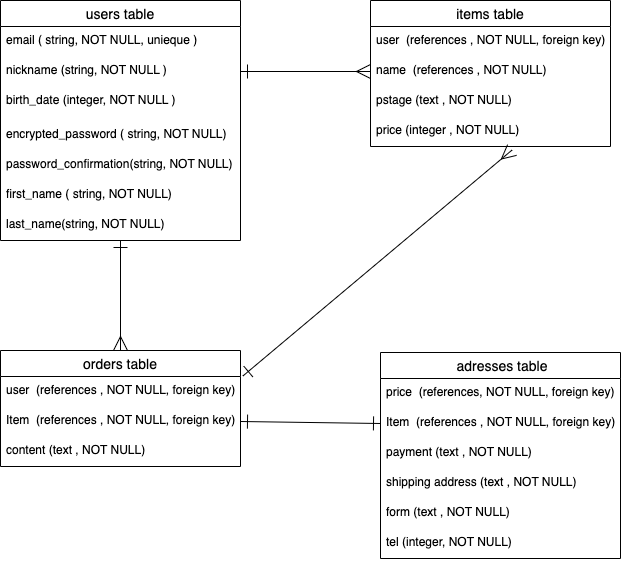
The draw.io diagram app/views/orders/furima.ER..drawio.png in Jyoumama/furima-40508, before a commit. Source tidied: cells renumbered, new cells last; positions are measured from the earlier drawing's top-left corner, leaving out a move shared by most shapes.
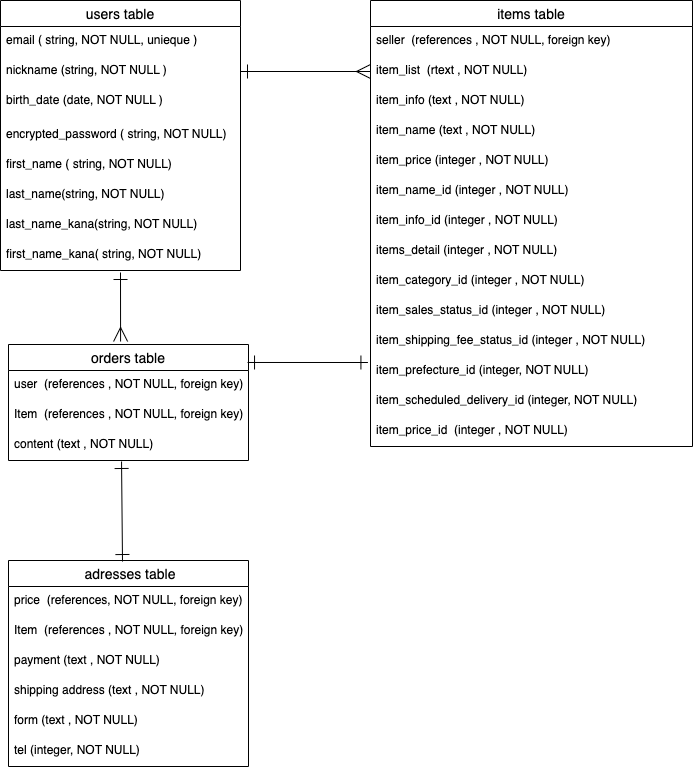
After the change.

Commit message:
READMEとER図の再修正

What changed in the source:
```diff
@@ -3,7 +3,7 @@
     <mxCell id="0" />
     <mxCell id="1" parent="0" />
     <mxCell id="2" value="users table" style="swimlane;fontStyle=0;horizontal=1;startSize=26;align=center;fontSize=14;" parent="1" vertex="1">
-      <mxGeometry width="240" height="240" as="geometry" />
+      <mxGeometry width="240" height="270" as="geometry" />
     </mxCell>
     <mxCell id="3" value="email ( string, NOT NULL, unieque )" style="text;strokeColor=none;fillColor=none;spacingLeft=4;spacingRight=4;overflow=hidden;fontSize=12;" parent="2" vertex="1">
       <mxGeometry y="26" width="240" height="30" as="geometry" />
@@ -11,43 +11,76 @@
     <mxCell id="4" value="nickname (string, NOT NULL )" style="text;strokeColor=none;fillColor=none;spacingLeft=4;spacingRight=4;overflow=hidden;points=[[0,0.5],[1,0.5]];portConstraint=eastwest;fontSize=12;" parent="2" vertex="1">
       <mxGeometry y="56" width="240" height="30" as="geometry" />
     </mxCell>
-    <mxCell id="5" value="birth_date (integer, NOT NULL )" style="text;strokeColor=none;fillColor=none;spacingLeft=4;spacingRight=4;overflow=hidden;fontSize=12;" parent="2" vertex="1">
+    <mxCell id="5" value="birth_date (date, NOT NULL )" style="text;strokeColor=none;fillColor=none;spacingLeft=4;spacingRight=4;overflow=hidden;fontSize=12;" parent="2" vertex="1">
       <mxGeometry y="86" width="240" height="34" as="geometry" />
     </mxCell>
     <mxCell id="6" value="encrypted_password ( string, NOT NULL)" style="text;strokeColor=none;fillColor=none;spacingLeft=4;spacingRight=4;overflow=hidden;fontSize=12;" parent="2" vertex="1">
       <mxGeometry y="120" width="240" height="30" as="geometry" />
     </mxCell>
-    <mxCell id="7" value="password_confirmation(string, NOT NULL)" style="text;strokeColor=none;fillColor=none;spacingLeft=4;spacingRight=4;overflow=hidden;fontSize=12;" parent="2" vertex="1">
-      <mxGeometry y="150" width="240" height="30" as="geometry" />
-    </mxCell>
     <mxCell id="8" value="first_name ( string, NOT NULL)" style="text;strokeColor=none;fillColor=none;spacingLeft=4;spacingRight=4;overflow=hidden;fontSize=12;" parent="2" vertex="1">
-      <mxGeometry y="180" width="240" height="30" as="geometry" />
+      <mxGeometry y="150" width="240" height="30" as="geometry" />
     </mxCell>
     <mxCell id="9" value="last_name(string, NOT NULL)" style="text;strokeColor=none;fillColor=none;spacingLeft=4;spacingRight=4;overflow=hidden;fontSize=12;" parent="2" vertex="1">
-      <mxGeometry y="210" width="240" height="30" as="geometry" />
+      <mxGeometry y="180" width="240" height="30" as="geometry" />
     </mxCell>
+    <mxCell id="30" value="last_name_kana(string, NOT NULL)" style="text;strokeColor=none;fillColor=none;spacingLeft=4;spacingRight=4;overflow=hidden;fontSize=12;" parent="2" vertex="1">
+      <mxGeometry y="210" width="240" height="30" as="geometry" />
+    </mxCell>
+    <mxCell id="31" value="first_name_kana( string, NOT NULL)" style="text;strokeColor=none;fillColor=none;spacingLeft=4;spacingRight=4;overflow=hidden;fontSize=12;" parent="2" vertex="1">
+      <mxGeometry y="240" width="240" height="30" as="geometry" />
+    </mxCell>
     <mxCell id="10" value="items table" style="swimlane;fontStyle=0;horizontal=1;startSize=26;align=center;fontSize=14;" parent="1" vertex="1">
-      <mxGeometry x="370" width="240" height="146" as="geometry" />
+      <mxGeometry x="370" width="322" height="446" as="geometry" />
     </mxCell>
-    <mxCell id="11" value="user  (references , NOT NULL, foreign key)" style="text;strokeColor=none;fillColor=none;spacingLeft=4;spacingRight=4;overflow=hidden;fontSize=12;" parent="10" vertex="1">
-      <mxGeometry y="26" width="240" height="30" as="geometry" />
+    <mxCell id="11" value="seller  (references , NOT NULL, foreign key)" style="text;strokeColor=none;fillColor=none;spacingLeft=4;spacingRight=4;overflow=hidden;fontSize=12;" parent="10" vertex="1">
+      <mxGeometry y="26" width="322" height="30" as="geometry" />
     </mxCell>
-    <mxCell id="12" value="name  (references , NOT NULL) " style="text;strokeColor=none;fillColor=none;spacingLeft=4;spacingRight=4;overflow=hidden;points=[[0,0.5],[1,0.5]];portConstraint=eastwest;fontSize=12;" parent="10" vertex="1">
-      <mxGeometry y="56" width="240" height="30" as="geometry" />
+    <mxCell id="12" value="item_list  (rtext , NOT NULL) " style="text;strokeColor=none;fillColor=none;spacingLeft=4;spacingRight=4;overflow=hidden;points=[[0,0.5],[1,0.5]];portConstraint=eastwest;fontSize=12;" parent="10" vertex="1">
+      <mxGeometry y="56" width="322" height="30" as="geometry" />
     </mxCell>
-    <mxCell id="13" value="pstage (text , NOT NULL)" style="text;strokeColor=none;fillColor=none;spacingLeft=4;spacingRight=4;overflow=hidden;fontSize=12;" parent="10" vertex="1">
-      <mxGeometry y="86" width="240" height="30" as="geometry" />
+    <mxCell id="13" value="item_info (text , NOT NULL)" style="text;strokeColor=none;fillColor=none;spacingLeft=4;spacingRight=4;overflow=hidden;fontSize=12;" parent="10" vertex="1">
+      <mxGeometry y="86" width="322" height="30" as="geometry" />
     </mxCell>
+    <mxCell id="32" value="item_name (text , NOT NULL)" style="text;strokeColor=none;fillColor=none;spacingLeft=4;spacingRight=4;overflow=hidden;fontSize=12;" parent="10" vertex="1">
+      <mxGeometry y="116" width="322" height="30" as="geometry" />
+    </mxCell>
+    <mxCell id="33" value="item_price (integer , NOT NULL)" style="text;strokeColor=none;fillColor=none;spacingLeft=4;spacingRight=4;overflow=hidden;fontSize=12;" parent="10" vertex="1">
+      <mxGeometry y="146" width="322" height="30" as="geometry" />
+    </mxCell>
-    <mxCell id="14" value="price (integer , NOT NULL)" style="text;strokeColor=none;fillColor=none;spacingLeft=4;spacingRight=4;overflow=hidden;points=[[0,0.5],[1,0.5]];portConstraint=eastwest;fontSize=12;" parent="10" vertex="1">
-      <mxGeometry y="116" width="240" height="30" as="geometry" />
+    <mxCell id="14" value="item_name_id (integer , NOT NULL)" style="text;strokeColor=none;fillColor=none;spacingLeft=4;spacingRight=4;overflow=hidden;points=[[0,0.5],[1,0.5]];portConstraint=eastwest;fontSize=12;" parent="10" vertex="1">
+      <mxGeometry y="176" width="322" height="30" as="geometry" />
     </mxCell>
+    <mxCell id="34" value="item_info_id (integer , NOT NULL)" style="text;strokeColor=none;fillColor=none;spacingLeft=4;spacingRight=4;overflow=hidden;fontSize=12;" parent="10" vertex="1">
+      <mxGeometry y="206" width="322" height="30" as="geometry" />
+    </mxCell>
+    <mxCell id="35" value="items_detail (integer , NOT NULL)" style="text;strokeColor=none;fillColor=none;spacingLeft=4;spacingRight=4;overflow=hidden;fontSize=12;" parent="10" vertex="1">
+      <mxGeometry y="236" width="322" height="30" as="geometry" />
+    </mxCell>
+    <mxCell id="36" value="item_category_id (integer , NOT NULL)" style="text;strokeColor=none;fillColor=none;spacingLeft=4;spacingRight=4;overflow=hidden;fontSize=12;" parent="10" vertex="1">
+      <mxGeometry y="266" width="322" height="30" as="geometry" />
+    </mxCell>
+    <mxCell id="37" value="item_sales_status_id (integer , NOT NULL)" style="text;strokeColor=none;fillColor=none;spacingLeft=4;spacingRight=4;overflow=hidden;fontSize=12;" parent="10" vertex="1">
+      <mxGeometry y="296" width="322" height="30" as="geometry" />
+    </mxCell>
+    <mxCell id="38" value="item_shipping_fee_status_id (integer , NOT NULL)" style="text;strokeColor=none;fillColor=none;spacingLeft=4;spacingRight=4;overflow=hidden;fontSize=12;" parent="10" vertex="1">
+      <mxGeometry y="326" width="322" height="30" as="geometry" />
+    </mxCell>
+    <mxCell id="39" value="item_prefecture_id (integer, NOT NULL)" style="text;strokeColor=none;fillColor=none;spacingLeft=4;spacingRight=4;overflow=hidden;points=[[0,0.5],[1,0.5]];portConstraint=eastwest;fontSize=12;" parent="10" vertex="1">
+      <mxGeometry y="356" width="322" height="30" as="geometry" />
+    </mxCell>
+    <mxCell id="40" value="item_scheduled_delivery_id (integer, NOT NULL)" style="text;strokeColor=none;fillColor=none;spacingLeft=4;spacingRight=4;overflow=hidden;fontSize=12;" parent="10" vertex="1">
+      <mxGeometry y="386" width="322" height="30" as="geometry" />
+    </mxCell>
+    <mxCell id="41" value="item_price_id  (integer , NOT NULL)" style="text;strokeColor=none;fillColor=none;spacingLeft=4;spacingRight=4;overflow=hidden;fontSize=12;" parent="10" vertex="1">
+      <mxGeometry y="416" width="322" height="30" as="geometry" />
+    </mxCell>
-    <mxCell id="15" style="edgeStyle=none;jumpSize=10;html=1;exitX=0.5;exitY=0;exitDx=0;exitDy=0;startArrow=ERmany;startFill=0;endArrow=ERone;endFill=0;startSize=12;endSize=12;" parent="1" edge="1" source="16">
+    <mxCell id="15" style="edgeStyle=none;jumpSize=10;html=1;startArrow=ERmany;startFill=0;endArrow=ERone;endFill=0;startSize=12;endSize=12;exitX=0.467;exitY=-0.026;exitDx=0;exitDy=0;exitPerimeter=0;" parent="1" edge="1" source="16">
       <mxGeometry relative="1" as="geometry">
-        <mxPoint x="120" y="240" as="targetPoint" />
+        <mxPoint x="120" y="272" as="targetPoint" />
       </mxGeometry>
     </mxCell>
     <mxCell id="16" value="orders table" style="swimlane;fontStyle=0;horizontal=1;startSize=26;align=center;fontSize=14;" parent="1" vertex="1">
-      <mxGeometry y="350" width="240" height="116" as="geometry" />
+      <mxGeometry x="8" y="344" width="240" height="116" as="geometry" />
     </mxCell>
     <mxCell id="17" value="user  (references , NOT NULL, foreign key)" style="text;strokeColor=none;fillColor=none;spacingLeft=4;spacingRight=4;overflow=hidden;points=[[0,0.5],[1,0.5]];portConstraint=eastwest;fontSize=12;" parent="16" vertex="1">
       <mxGeometry y="26" width="240" height="30" as="geometry" />
@@ -58,11 +91,11 @@
     <mxCell id="19" value="content (text , NOT NULL)" style="text;strokeColor=none;fillColor=none;spacingLeft=4;spacingRight=4;overflow=hidden;points=[[0,0.5],[1,0.5]];portConstraint=eastwest;fontSize=12;" parent="16" vertex="1">
       <mxGeometry y="86" width="240" height="30" as="geometry" />
     </mxCell>
-    <mxCell id="20" style="edgeStyle=none;jumpSize=10;html=1;startArrow=ERone;startFill=0;endArrow=ERmany;endFill=0;startSize=12;endSize=12;entryX=0.59;entryY=1.117;entryDx=0;entryDy=0;entryPerimeter=0;exitX=1.01;exitY=-0.017;exitDx=0;exitDy=0;exitPerimeter=0;" parent="1" edge="1" source="17" target="14">
+    <mxCell id="20" style="edgeStyle=none;jumpSize=10;html=1;startArrow=ERone;startFill=0;endArrow=ERone;endFill=0;startSize=12;endSize=12;entryX=-0.008;entryY=0.2;entryDx=0;entryDy=0;entryPerimeter=0;exitX=0.996;exitY=0.155;exitDx=0;exitDy=0;exitPerimeter=0;" parent="1" edge="1" source="16" target="39">
       <mxGeometry relative="1" as="geometry" />
     </mxCell>
     <mxCell id="21" value=" adresses table" style="swimlane;fontStyle=0;horizontal=1;startSize=26;align=center;fontSize=14;" parent="1" vertex="1">
-      <mxGeometry x="380" y="352" width="240" height="206" as="geometry" />
+      <mxGeometry x="8" y="560" width="240" height="206" as="geometry" />
     </mxCell>
     <mxCell id="22" value="price  (references, NOT NULL, foreign key)" style="text;strokeColor=none;fillColor=none;spacingLeft=4;spacingRight=4;overflow=hidden;fontSize=12;" parent="21" vertex="1">
       <mxGeometry y="26" width="240" height="30" as="geometry" />
@@ -85,7 +118,7 @@
     <mxCell id="28" style="edgeStyle=none;html=1;exitX=1;exitY=0.5;exitDx=0;exitDy=0;entryX=0;entryY=0.5;entryDx=0;entryDy=0;endArrow=ERmany;endFill=0;jumpSize=10;endSize=12;startArrow=ERone;startFill=0;startSize=12;" parent="1" edge="1" source="4" target="12">
       <mxGeometry relative="1" as="geometry" />
     </mxCell>
-    <mxCell id="29" style="edgeStyle=none;jumpSize=10;html=1;entryX=0;entryY=0.5;entryDx=0;entryDy=0;startArrow=ERone;startFill=0;endArrow=ERone;endFill=0;startSize=12;endSize=12;exitX=1;exitY=0.5;exitDx=0;exitDy=0;" parent="1" edge="1" source="18" target="23">
+    <mxCell id="29" style="edgeStyle=none;jumpSize=10;html=1;startArrow=ERone;startFill=0;endArrow=ERone;endFill=0;startSize=12;endSize=12;entryX=0.475;entryY=0.005;entryDx=0;entryDy=0;exitX=0.471;exitY=1.033;exitDx=0;exitDy=0;exitPerimeter=0;entryPerimeter=0;" parent="1" edge="1" source="19" target="21">
       <mxGeometry relative="1" as="geometry" />
     </mxCell>
   </root>
```
